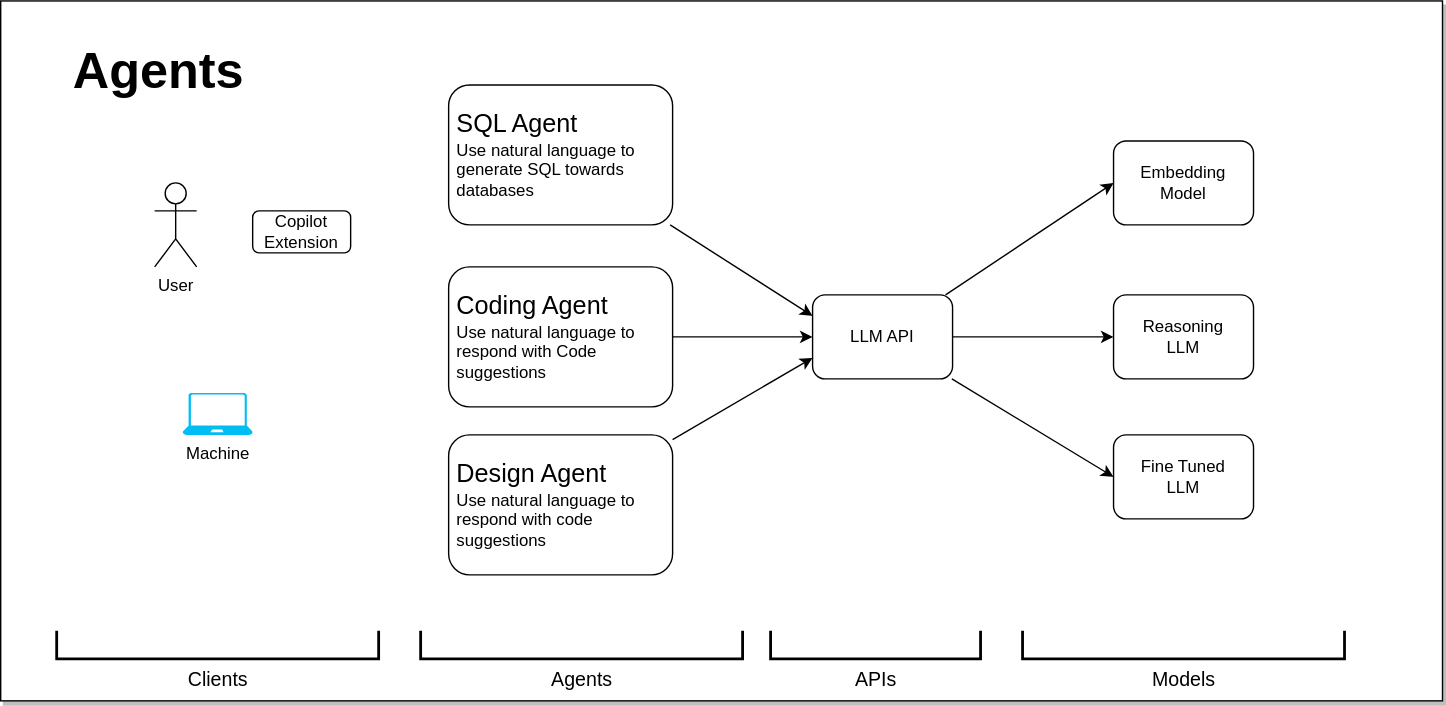
Above: docs/images/next/agents.drawio.svg in hakoneriksson/gh-copilot-workshop (draw.io), before the change. Source tidied: cells renumbered, new cells last; positions are measured from the earlier drawing's top-left corner, leaving out a move shared by most shapes. Source of this version:
```xml
<mxGraphModel>
  <root>
    <mxCell id="0" />
    <mxCell id="1" parent="0" />
    <mxCell id="2" style="rounded=0;whiteSpace=wrap;html=1;shadow=1;" parent="1" vertex="1">
      <mxGeometry width="1030" height="500" as="geometry" />
    </mxCell>
    <mxCell id="3" style="edgeStyle=none;html=1;entryX=0;entryY=0.25;entryDx=0;entryDy=0;" parent="1" edge="1" source="4" target="13">
      <mxGeometry relative="1" as="geometry" />
    </mxCell>
    <mxCell id="4" value="&lt;span style=&quot;font-size: 18px;&quot;&gt;SQL Agent&lt;/span&gt;&lt;br&gt;Use natural language to generate SQL towards databases" style="rounded=1;whiteSpace=wrap;html=1;align=left;perimeterSpacing=0;strokeWidth=1;spacingTop=0;spacingLeft=4;" parent="1" vertex="1">
      <mxGeometry x="320" y="60" width="160" height="100" as="geometry" />
    </mxCell>
    <mxCell id="5" value="Reasoning&lt;br&gt;LLM" style="rounded=1;whiteSpace=wrap;html=1;" parent="1" vertex="1">
      <mxGeometry x="795" y="210" width="100" height="60" as="geometry" />
    </mxCell>
    <mxCell id="6" value="&lt;font style=&quot;font-size: 14px;&quot;&gt;Agents&lt;/font&gt;" style="strokeWidth=2;html=1;shape=mxgraph.flowchart.annotation_1;align=center;shadow=0;strokeColor=#000000;fontSize=12;fontColor=#000000;fillColor=#FFFFFF;direction=north;verticalAlign=top;labelPosition=center;verticalLabelPosition=bottom;" parent="1" vertex="1">
      <mxGeometry x="300" y="450" width="230" height="20" as="geometry" />
    </mxCell>
    <mxCell id="7" value="&lt;font style=&quot;font-size: 14px;&quot;&gt;Models&lt;/font&gt;" style="strokeWidth=2;html=1;shape=mxgraph.flowchart.annotation_1;align=center;shadow=0;strokeColor=#000000;fontSize=12;fontColor=#000000;fillColor=#FFFFFF;direction=north;verticalAlign=top;labelPosition=center;verticalLabelPosition=bottom;" parent="1" vertex="1">
      <mxGeometry x="730" y="450" width="230" height="20" as="geometry" />
    </mxCell>
    <mxCell id="8" value="&lt;font style=&quot;font-size: 14px;&quot;&gt;APIs&lt;/font&gt;" style="strokeWidth=2;html=1;shape=mxgraph.flowchart.annotation_1;align=center;shadow=0;strokeColor=#000000;fontSize=12;fontColor=#000000;fillColor=#FFFFFF;direction=north;verticalAlign=top;labelPosition=center;verticalLabelPosition=bottom;" parent="1" vertex="1">
      <mxGeometry x="550" y="450" width="150" height="20" as="geometry" />
    </mxCell>
    <mxCell id="9" value="&lt;span style=&quot;font-size: 36px;&quot;&gt;Agents&lt;/span&gt;" style="text;strokeColor=none;fillColor=none;html=1;fontSize=24;fontStyle=1;verticalAlign=middle;align=left;" parent="1" vertex="1">
      <mxGeometry x="50" y="30" width="620" height="40" as="geometry" />
    </mxCell>
    <mxCell id="10" style="edgeStyle=none;html=1;entryX=0;entryY=0.5;entryDx=0;entryDy=0;" parent="1" edge="1" source="13" target="15">
      <mxGeometry relative="1" as="geometry" />
    </mxCell>
    <mxCell id="11" style="edgeStyle=none;html=1;entryX=0;entryY=0.5;entryDx=0;entryDy=0;" parent="1" edge="1" source="13" target="5">
      <mxGeometry relative="1" as="geometry" />
    </mxCell>
    <mxCell id="12" style="edgeStyle=none;html=1;entryX=0;entryY=0.5;entryDx=0;entryDy=0;" parent="1" edge="1" source="13" target="14">
      <mxGeometry relative="1" as="geometry" />
    </mxCell>
    <mxCell id="13" value="LLM API" style="rounded=1;whiteSpace=wrap;html=1;" parent="1" vertex="1">
      <mxGeometry x="580" y="210" width="100" height="60" as="geometry" />
    </mxCell>
    <mxCell id="14" value="Fine Tuned&lt;br&gt;LLM" style="rounded=1;whiteSpace=wrap;html=1;" parent="1" vertex="1">
      <mxGeometry x="795" y="310" width="100" height="60" as="geometry" />
    </mxCell>
    <mxCell id="15" value="Embedding&lt;br&gt;Model" style="rounded=1;whiteSpace=wrap;html=1;" parent="1" vertex="1">
      <mxGeometry x="795" y="100" width="100" height="60" as="geometry" />
    </mxCell>
    <mxCell id="16" style="edgeStyle=none;html=1;" parent="1" edge="1" source="17">
      <mxGeometry relative="1" as="geometry">
        <mxPoint x="580" y="240" as="targetPoint" />
      </mxGeometry>
    </mxCell>
    <mxCell id="17" value="&lt;span style=&quot;font-size: 18px;&quot;&gt;Coding Agent&lt;/span&gt;&lt;br&gt;Use natural language to respond with Code suggestions" style="rounded=1;whiteSpace=wrap;html=1;align=left;perimeterSpacing=0;strokeWidth=1;spacingTop=0;spacingLeft=4;" parent="1" vertex="1">
      <mxGeometry x="320" y="190" width="160" height="100" as="geometry" />
    </mxCell>
    <mxCell id="18" style="edgeStyle=none;html=1;entryX=0;entryY=0.75;entryDx=0;entryDy=0;" parent="1" edge="1" source="19" target="13">
      <mxGeometry relative="1" as="geometry" />
    </mxCell>
    <mxCell id="19" value="&lt;span style=&quot;font-size: 18px;&quot;&gt;Design Agent&lt;/span&gt;&lt;br&gt;Use natural language to respond with code suggestions" style="rounded=1;whiteSpace=wrap;html=1;align=left;perimeterSpacing=0;strokeWidth=1;spacingTop=0;spacingLeft=4;" parent="1" vertex="1">
      <mxGeometry x="320" y="310" width="160" height="100" as="geometry" />
    </mxCell>
    <mxCell id="20" value="User" style="shape=umlActor;verticalLabelPosition=bottom;verticalAlign=top;html=1;" parent="1" vertex="1">
      <mxGeometry x="110" y="130" width="30" height="60" as="geometry" />
    </mxCell>
    <mxCell id="21" value="&lt;font style=&quot;font-size: 14px;&quot;&gt;Clients&lt;/font&gt;" style="strokeWidth=2;html=1;shape=mxgraph.flowchart.annotation_1;align=center;shadow=0;strokeColor=#000000;fontSize=12;fontColor=#000000;fillColor=#FFFFFF;direction=north;verticalAlign=top;labelPosition=center;verticalLabelPosition=bottom;" parent="1" vertex="1">
      <mxGeometry x="40" y="450" width="230" height="20" as="geometry" />
    </mxCell>
    <mxCell id="22" value="Machine" style="verticalLabelPosition=bottom;html=1;verticalAlign=top;align=center;strokeColor=none;fillColor=#00BEF2;shape=mxgraph.azure.laptop;" parent="1" vertex="1">
      <mxGeometry x="130" y="280" width="50" height="30" as="geometry" />
    </mxCell>
    <mxCell id="23" value="Copilot&lt;br&gt;Extension" style="rounded=1;whiteSpace=wrap;html=1;" parent="1" vertex="1">
      <mxGeometry x="180" y="150" width="70" height="30" as="geometry" />
    </mxCell>
  </root>
</mxGraphModel>
```
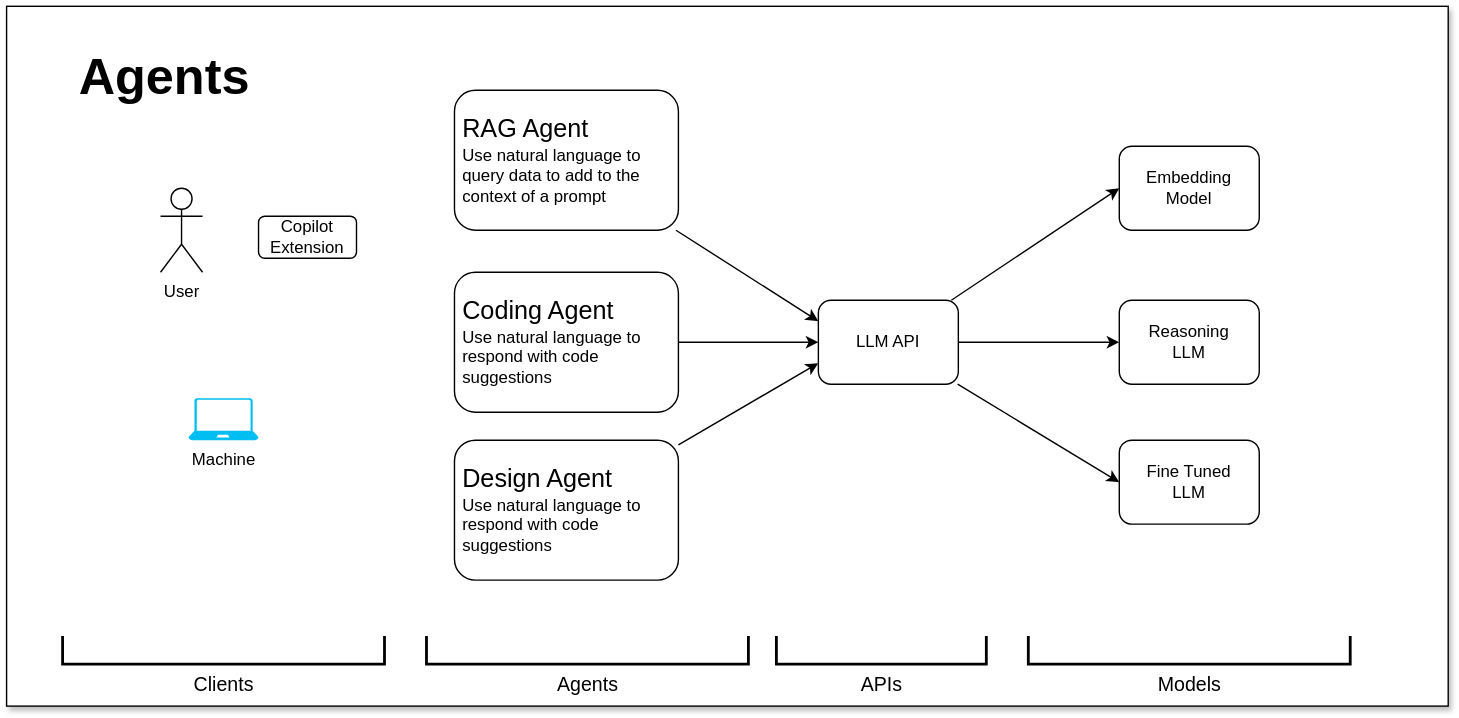
The same diagram one commit later.

Diff of the diagram source:
```diff
@@ -8,7 +8,7 @@
     <mxCell id="3" style="edgeStyle=none;html=1;entryX=0;entryY=0.25;entryDx=0;entryDy=0;" parent="1" edge="1" source="4" target="13">
       <mxGeometry relative="1" as="geometry" />
     </mxCell>
-    <mxCell id="4" value="&lt;span style=&quot;font-size: 18px;&quot;&gt;SQL Agent&lt;/span&gt;&lt;br&gt;Use natural language to generate SQL towards databases" style="rounded=1;whiteSpace=wrap;html=1;align=left;perimeterSpacing=0;strokeWidth=1;spacingTop=0;spacingLeft=4;" parent="1" vertex="1">
+    <mxCell id="4" value="&lt;span style=&quot;font-size: 18px;&quot;&gt;RAG Agent&lt;/span&gt;&lt;br&gt;Use natural language to query data to add to the context of a prompt" style="rounded=1;whiteSpace=wrap;html=1;align=left;perimeterSpacing=0;strokeWidth=1;spacingTop=0;spacingLeft=4;" parent="1" vertex="1">
       <mxGeometry x="320" y="60" width="160" height="100" as="geometry" />
     </mxCell>
     <mxCell id="5" value="Reasoning&lt;br&gt;LLM" style="rounded=1;whiteSpace=wrap;html=1;" parent="1" vertex="1">
@@ -49,7 +49,7 @@
         <mxPoint x="580" y="240" as="targetPoint" />
       </mxGeometry>
     </mxCell>
-    <mxCell id="17" value="&lt;span style=&quot;font-size: 18px;&quot;&gt;Coding Agent&lt;/span&gt;&lt;br&gt;Use natural language to respond with Code suggestions" style="rounded=1;whiteSpace=wrap;html=1;align=left;perimeterSpacing=0;strokeWidth=1;spacingTop=0;spacingLeft=4;" parent="1" vertex="1">
+    <mxCell id="17" value="&lt;span style=&quot;font-size: 18px;&quot;&gt;Coding Agent&lt;/span&gt;&lt;br&gt;Use natural language to respond with code suggestions" style="rounded=1;whiteSpace=wrap;html=1;align=left;perimeterSpacing=0;strokeWidth=1;spacingTop=0;spacingLeft=4;" parent="1" vertex="1">
       <mxGeometry x="320" y="190" width="160" height="100" as="geometry" />
     </mxCell>
     <mxCell id="18" style="edgeStyle=none;html=1;entryX=0;entryY=0.75;entryDx=0;entryDy=0;" parent="1" edge="1" source="19" target="13">
```
